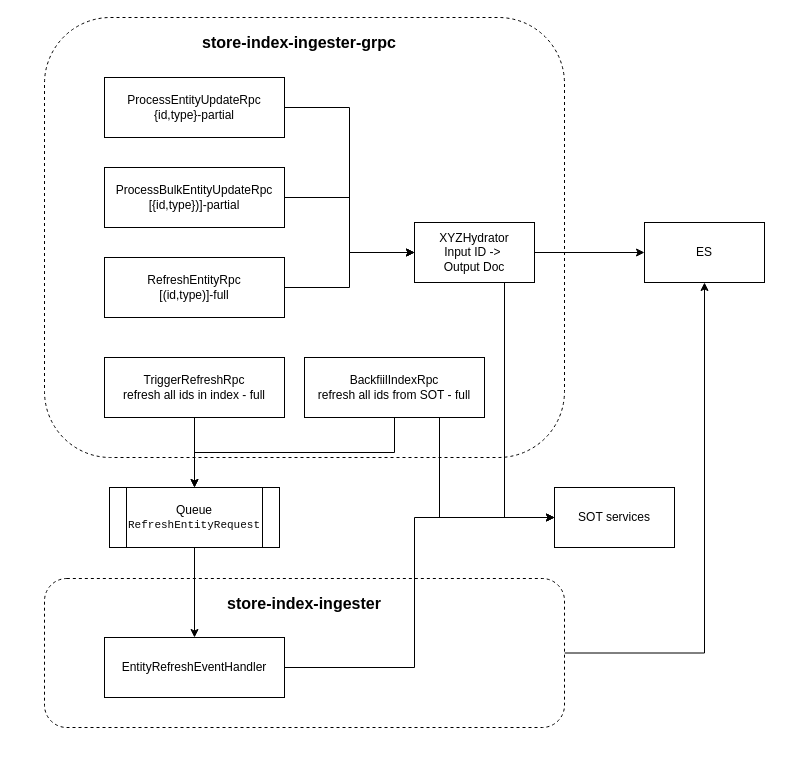
Earlier version of the draw.io diagram StoreIndex.drawio (evagle/awesome). Source tidied: cells renumbered, new cells numbered last; positions are measured from the earlier drawing's top-left corner, leaving out a move shared by most shapes. Both pictures are drawn from the tidied source at 100%, with x=0, y=0 at pixel (44, 17).
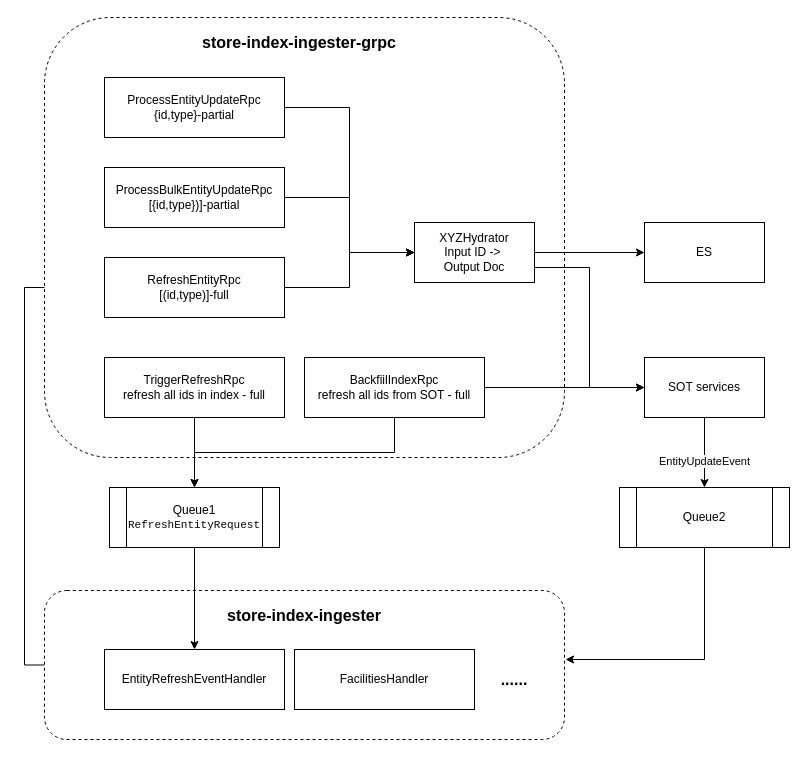
After the change.

Unchanged cells that the change refers to:
```xml
<mxCell id="9" value="XYZHydrator&lt;br&gt;Input ID -&amp;gt;&amp;nbsp;&lt;br&gt;Output Doc" style="rounded=0;whiteSpace=wrap;html=1;" parent="1" vertex="1">
  <mxGeometry x="370" y="205" width="120" height="60" as="geometry" />
</mxCell>
<mxCell id="11" value="RefreshEntityRpc&lt;br&gt;[(id,type)]-full" style="rounded=0;whiteSpace=wrap;html=1;" parent="1" vertex="1">
  <mxGeometry x="60" y="240" width="180" height="60" as="geometry" />
</mxCell>
<mxCell id="16" value="ES" style="rounded=0;whiteSpace=wrap;html=1;" parent="1" vertex="1">
  <mxGeometry x="600" y="205" width="120" height="60" as="geometry" />
</mxCell>
<mxCell id="24" value="BackfiilIndexRpc&lt;br&gt;refresh all ids from SOT - full" style="rounded=0;whiteSpace=wrap;html=1;" parent="1" vertex="1">
  <mxGeometry x="260" y="340" width="180" height="60" as="geometry" />
</mxCell>
```

The edit, as a diff of the source:
```diff
@@
-    <mxCell id="2" style="edgeStyle=orthogonalEdgeStyle;rounded=0;jettySize=auto;html=1;exitX=1;exitY=0.5;exitDx=0;exitDy=0;" parent="1" edge="1" source="3" target="16">
-      <mxGeometry relative="1" as="geometry" />
-    </mxCell>
+    <mxCell id="27" style="edgeStyle=orthogonalEdgeStyle;rounded=0;jettySize=auto;html=1;exitX=0;exitY=0.5;exitDx=0;exitDy=0;entryX=0;entryY=0.5;entryDx=0;entryDy=0;" parent="1" edge="1" source="3" target="11">
+      <mxGeometry relative="1" as="geometry" />
+    </mxCell>
     <mxCell id="3" style="rounded=1;whiteSpace=wrap;html=1;dashed=1;" parent="1" vertex="1">
-      <mxGeometry y="561" width="520" height="149" as="geometry" />
+      <mxGeometry y="573" width="520" height="149" as="geometry" />
     </mxCell>
@@
-    <mxCell id="8" style="edgeStyle=orthogonalEdgeStyle;rounded=0;jettySize=auto;html=1;exitX=0.75;exitY=1;exitDx=0;exitDy=0;entryX=0;entryY=0.5;entryDx=0;entryDy=0;" parent="1" edge="1" source="9" target="25">
+    <mxCell id="8" style="edgeStyle=orthogonalEdgeStyle;rounded=0;jettySize=auto;html=1;exitX=1;exitY=0.75;exitDx=0;exitDy=0;entryX=0;entryY=0.5;entryDx=0;entryDy=0;" parent="1" edge="1" source="9" target="25">
       <mxGeometry relative="1" as="geometry" />
     </mxCell>
@@
-    <mxCell id="18" value="Queue&lt;br&gt;&lt;span style=&quot;background-color: rgb(255, 255, 255); color: rgb(8, 8, 8); font-family: &amp;quot;JetBrains Mono&amp;quot;, monospace;&quot;&gt;&lt;font style=&quot;font-size: 11px;&quot;&gt;RefreshEntityRequest&lt;/font&gt;&lt;/span&gt;" style="shape=process;whiteSpace=wrap;html=1;backgroundOutline=1;" parent="1" vertex="1">
+    <mxCell id="18" value="Queue1&lt;br&gt;&lt;span style=&quot;background-color: rgb(255, 255, 255); color: rgb(8, 8, 8); font-family: &amp;quot;JetBrains Mono&amp;quot;, monospace;&quot;&gt;&lt;font style=&quot;font-size: 11px;&quot;&gt;RefreshEntityRequest&lt;/font&gt;&lt;/span&gt;" style="shape=process;whiteSpace=wrap;html=1;backgroundOutline=1;" parent="1" vertex="1">
       <mxGeometry x="65" y="470" width="170" height="60" as="geometry" />
     </mxCell>
@@
     <mxCell id="20" value="&lt;b&gt;&lt;font style=&quot;font-size: 16px;&quot;&gt;store-index-ingester&lt;/font&gt;&lt;/b&gt;" style="text;html=1;strokeColor=none;fillColor=none;align=center;verticalAlign=middle;whiteSpace=wrap;rounded=0;" parent="1" vertex="1">
-      <mxGeometry x="155" y="571" width="210" height="30" as="geometry" />
+      <mxGeometry x="155" y="583" width="210" height="30" as="geometry" />
     </mxCell>
     <mxCell id="21" value="EntityRefreshEventHandler" style="rounded=0;whiteSpace=wrap;html=1;" parent="1" vertex="1">
-      <mxGeometry x="60" y="620" width="180" height="60" as="geometry" />
+      <mxGeometry x="60" y="632" width="180" height="60" as="geometry" />
     </mxCell>
@@
-    <mxCell id="23" style="edgeStyle=orthogonalEdgeStyle;rounded=0;jettySize=auto;html=1;exitX=0.75;exitY=1;exitDx=0;exitDy=0;entryX=0;entryY=0.5;entryDx=0;entryDy=0;" parent="1" edge="1" source="24" target="25">
+    <mxCell id="23" style="edgeStyle=orthogonalEdgeStyle;rounded=0;jettySize=auto;html=1;exitX=1;exitY=0.5;exitDx=0;exitDy=0;" parent="1" edge="1" source="24" target="25">
       <mxGeometry relative="1" as="geometry" />
     </mxCell>
@@
+    <mxCell id="28" style="edgeStyle=orthogonalEdgeStyle;rounded=0;jettySize=auto;html=1;exitX=0.5;exitY=1;exitDx=0;exitDy=0;" parent="1" edge="1" source="25" target="32">
+      <mxGeometry relative="1" as="geometry" />
+    </mxCell>
+    <mxCell id="29" value="EntityUpdateEvent" style="edgeLabel;html=1;align=center;verticalAlign=middle;" parent="28" vertex="1">
+      <mxGeometry x="0.24" y="-1" relative="1" as="geometry" />
+    </mxCell>
     <mxCell id="25" value="SOT services" style="rounded=0;whiteSpace=wrap;html=1;" parent="1" vertex="1">
-      <mxGeometry x="510" y="470" width="120" height="60" as="geometry" />
+      <mxGeometry x="600" y="340" width="120" height="60" as="geometry" />
     </mxCell>
-    <mxCell id="26" style="edgeStyle=orthogonalEdgeStyle;rounded=0;jettySize=auto;html=1;exitX=1;exitY=0.5;exitDx=0;exitDy=0;entryX=0;entryY=0.5;entryDx=0;entryDy=0;" parent="1" edge="1" source="21" target="25">
-      <mxGeometry relative="1" as="geometry">
-        <Array as="points">
-          <mxPoint x="370" y="650" />
-          <mxPoint x="370" y="500" />
-        </Array>
-      </mxGeometry>
-    </mxCell>
+    <mxCell id="30" value="FacilitiesHandler" style="rounded=0;whiteSpace=wrap;html=1;" parent="1" vertex="1">
+      <mxGeometry x="250" y="632" width="180" height="60" as="geometry" />
+    </mxCell>
+    <mxCell id="31" value="&lt;b&gt;&lt;font style=&quot;font-size: 16px;&quot;&gt;......&lt;/font&gt;&lt;/b&gt;" style="text;html=1;strokeColor=none;fillColor=none;align=center;verticalAlign=middle;whiteSpace=wrap;rounded=0;" parent="1" vertex="1">
+      <mxGeometry x="440" y="647" width="60" height="30" as="geometry" />
+    </mxCell>
+    <mxCell id="32" value="Queue2" style="shape=process;whiteSpace=wrap;html=1;backgroundOutline=1;" parent="1" vertex="1">
+      <mxGeometry x="575" y="470" width="170" height="60" as="geometry" />
+    </mxCell>
+    <mxCell id="33" style="edgeStyle=orthogonalEdgeStyle;rounded=0;jettySize=auto;html=1;exitX=0.5;exitY=1;exitDx=0;exitDy=0;entryX=1.002;entryY=0.463;entryDx=0;entryDy=0;entryPerimeter=0;" parent="1" edge="1" source="32" target="3">
+      <mxGeometry relative="1" as="geometry" />
+    </mxCell>
```
